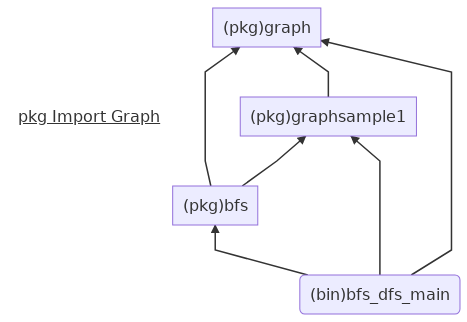
This is golang_pkg_import_graph.mmd.png from wangyoucao577/algorithms_practice, a Mermaid export, as it was before one commit. Its source is kept beside it as golang_pkg_import_graph.mmd. The source it was exported from:
```mermaid


graph BT

Title[<u> pkg Import Graph</u>]
Title-->pkggraph
style Title fill:#FFF,stroke:#FFF
linkStyle 0 stroke:#FFF,stroke-width:0;

pkggraphsample1["(pkg)graphsample1"] --> pkggraph["(pkg)graph"]
pkgbfs["(pkg)bfs"] --> pkggraph
pkgbfs --> pkggraphsample1
bfs_dfs_main("(bin)bfs_dfs_main") --> pkgbfs
bfs_dfs_main --> pkggraphsample1
bfs_dfs_main --> pkggraph

```
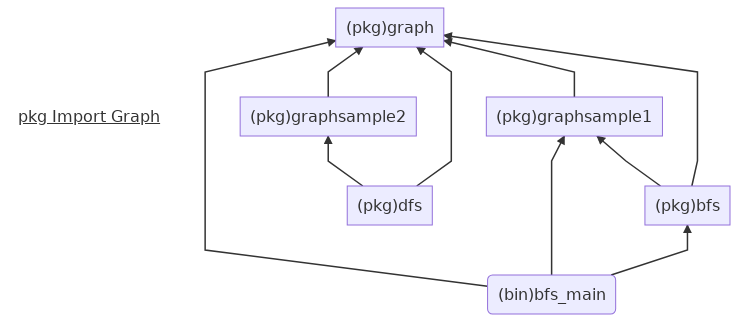
Above is the later version.

Commit message:
update graph for dfs

Diff of the diagram source:
```diff
@@ -8,9 +8,15 @@
 linkStyle 0 stroke:#FFF,stroke-width:0;
 
 pkggraphsample1["(pkg)graphsample1"] --> pkggraph["(pkg)graph"]
+pkggraphsample2["(pkg)graphsample2"] --> pkggraph["(pkg)graph"]
+
 pkgbfs["(pkg)bfs"] --> pkggraph
 pkgbfs --> pkggraphsample1
-bfs_dfs_main("(bin)bfs_dfs_main") --> pkgbfs
-bfs_dfs_main --> pkggraphsample1
-bfs_dfs_main --> pkggraph
 
+bfs_main("(bin)bfs_main") --> pkgbfs
+bfs_main --> pkggraphsample1
+bfs_main --> pkggraph
+
+pkgdfs["(pkg)dfs"] --> pkggraph
+pkgdfs --> pkggraphsample2
+
```
